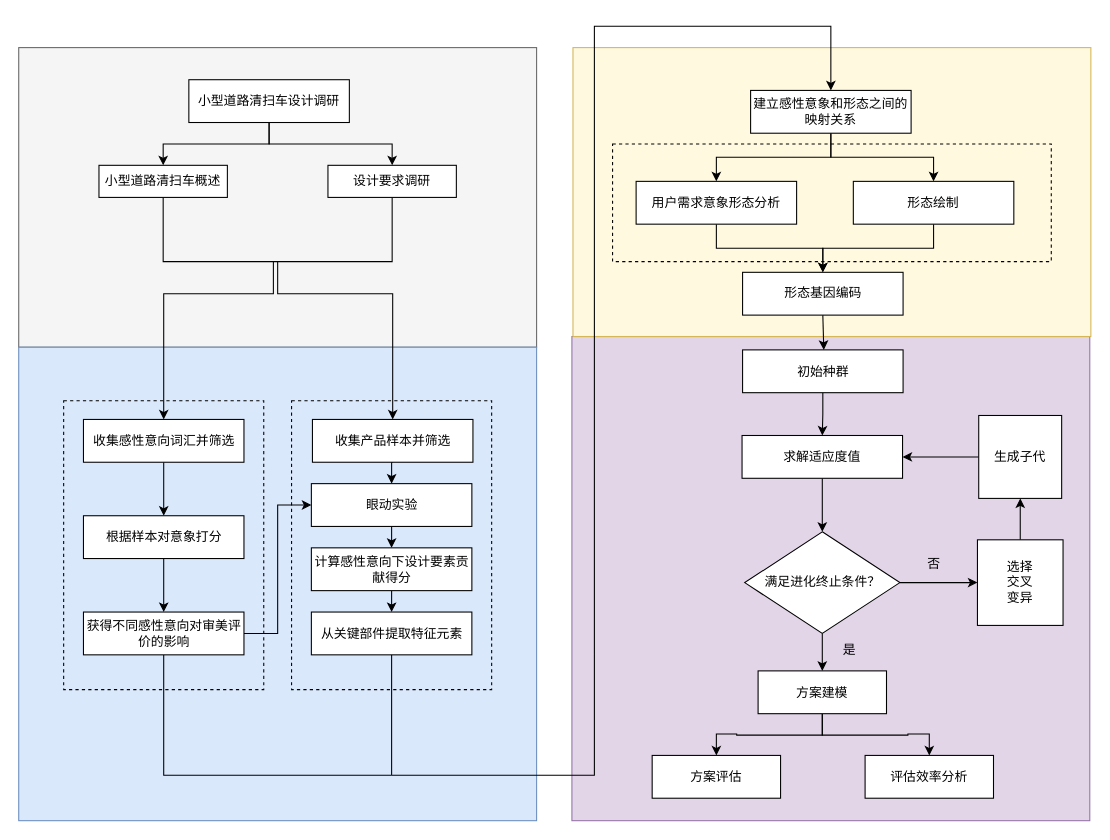
df3dysn/Yang- keeps this draw.io diagram as 毕业设计.drawio. Above is the earlier version. Source tidied: cells renumbered, new cells numbered last; positions are measured from the earlier drawing's top-left corner, leaving out a move shared by most shapes. Both pictures are drawn from the tidied source at 107%, with x=0, y=0 at pixel (18, 26).
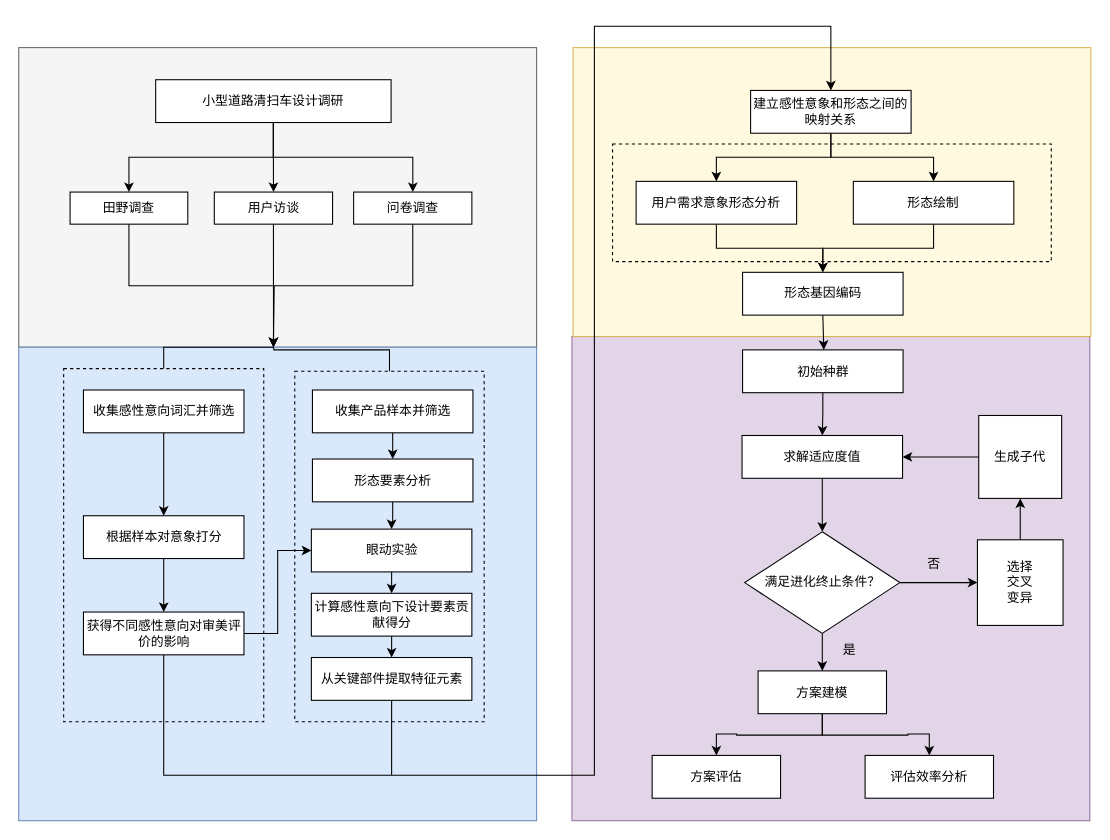
After the change.

What changed in the source:
```diff
@@
-    <mxCell id="7" style="edgeStyle=orthogonalEdgeStyle;rounded=0;jettySize=auto;html=1;exitX=0.5;exitY=0;exitDx=0;exitDy=0;endArrow=none;endFill=0;startArrow=classic;startFill=1;" parent="1" edge="1" source="8">
-      <mxGeometry relative="1" as="geometry">
-        <mxPoint x="238" y="220" as="targetPoint" />
-        <Array as="points">
-          <mxPoint x="135" y="250" />
-          <mxPoint x="238" y="250" />
-        </Array>
-      </mxGeometry>
-    </mxCell>
     <mxCell id="8" value="收集感性意向词汇并筛选" style="rounded=0;whiteSpace=wrap;html=1;" parent="1" vertex="1">
-      <mxGeometry x="60.5" y="367.5" width="150" height="40" as="geometry" />
+      <mxGeometry x="60.5" y="340" width="150" height="40" as="geometry" />
     </mxCell>
-    <mxCell id="9" style="edgeStyle=orthogonalEdgeStyle;rounded=0;jettySize=auto;html=1;exitX=0.5;exitY=0;exitDx=0;exitDy=0;endArrow=none;endFill=0;startArrow=classic;startFill=1;" parent="1" edge="1" source="11">
-      <mxGeometry relative="1" as="geometry">
-        <mxPoint x="242" y="220" as="targetPoint" />
-        <Array as="points">
-          <mxPoint x="349" y="250" />
-          <mxPoint x="242" y="250" />
-        </Array>
-      </mxGeometry>
-    </mxCell>
-    <mxCell id="10" style="edgeStyle=orthogonalEdgeStyle;rounded=0;jettySize=auto;html=1;exitX=0.5;exitY=1;exitDx=0;exitDy=0;entryX=0.5;entryY=0;entryDx=0;entryDy=0;" parent="1" edge="1" source="11" target="18">
-      <mxGeometry relative="1" as="geometry" />
-    </mxCell>
+    <mxCell id="59" style="edgeStyle=orthogonalEdgeStyle;rounded=0;jettySize=auto;html=1;entryX=0.5;entryY=0;entryDx=0;entryDy=0;" parent="1" edge="1" source="11" target="68">
+      <mxGeometry relative="1" as="geometry" />
+    </mxCell>
     <mxCell id="11" value="收集产品样本并筛选" style="rounded=0;whiteSpace=wrap;html=1;" parent="1" vertex="1">
-      <mxGeometry x="274.5" y="367.5" width="150" height="40" as="geometry" />
+      <mxGeometry x="274.5" y="340" width="150" height="40" as="geometry" />
     </mxCell>
@@
     <mxCell id="18" value="眼动实验" style="rounded=0;whiteSpace=wrap;html=1;" parent="1" vertex="1">
-      <mxGeometry x="273.5" y="427.5" width="150" height="40" as="geometry" />
+      <mxGeometry x="273.5" y="470" width="150" height="40" as="geometry" />
     </mxCell>
@@
     <mxCell id="22" value="计算感性意向下设计要素贡献得分" style="rounded=0;whiteSpace=wrap;html=1;" parent="1" vertex="1">
-      <mxGeometry x="273.5" y="487.5" width="150" height="40" as="geometry" />
+      <mxGeometry x="273.5" y="530" width="150" height="40" as="geometry" />
     </mxCell>
@@
     <mxCell id="26" value="从关键部件提取特征元素" style="rounded=0;whiteSpace=wrap;html=1;" parent="1" vertex="1">
-      <mxGeometry x="273.5" y="547.5" width="150" height="40" as="geometry" />
+      <mxGeometry x="273.5" y="590" width="150" height="40" as="geometry" />
     </mxCell>
@@
+    <mxCell id="60" style="edgeStyle=orthogonalEdgeStyle;rounded=0;jettySize=auto;html=1;exitX=0.5;exitY=1;exitDx=0;exitDy=0;" parent="1" edge="1" source="42" target="66">
+      <mxGeometry relative="1" as="geometry" />
+    </mxCell>
     <mxCell id="42" value="小型道路清扫车设计调研" style="rounded=0;whiteSpace=wrap;html=1;" parent="1" vertex="1">
-      <mxGeometry x="159" y="50" width="150" height="40" as="geometry" />
+      <mxGeometry x="128" y="50" width="220" height="40" as="geometry" />
     </mxCell>
@@
+    <mxCell id="61" style="edgeStyle=orthogonalEdgeStyle;rounded=0;jettySize=auto;html=1;exitX=0.5;exitY=1;exitDx=0;exitDy=0;" parent="1" edge="1" source="44">
+      <mxGeometry relative="1" as="geometry">
+        <mxPoint x="238" y="300" as="targetPoint" />
+      </mxGeometry>
+    </mxCell>
-    <mxCell id="44" value="小型道路清扫车概述" style="rounded=0;whiteSpace=wrap;html=1;" parent="1" vertex="1">
-      <mxGeometry x="75" y="130" width="120" height="30" as="geometry" />
+    <mxCell id="44" value="田野调查" style="rounded=0;whiteSpace=wrap;html=1;" parent="1" vertex="1">
+      <mxGeometry x="48" y="155" width="110" height="30" as="geometry" />
     </mxCell>
-    <mxCell id="45" style="edgeStyle=orthogonalEdgeStyle;rounded=0;jettySize=auto;html=1;endArrow=none;endFill=0;" parent="1" edge="1" source="46" target="44">
-      <mxGeometry relative="1" as="geometry">
-        <Array as="points">
-          <mxPoint x="349" y="220" />
-          <mxPoint x="135" y="220" />
-        </Array>
-      </mxGeometry>
-    </mxCell>
+    <mxCell id="62" style="edgeStyle=orthogonalEdgeStyle;rounded=0;jettySize=auto;html=1;exitX=0.5;exitY=1;exitDx=0;exitDy=0;" parent="1" edge="1" source="46">
+      <mxGeometry relative="1" as="geometry">
+        <mxPoint x="238.2" y="300" as="targetPoint" />
+        <Array as="points">
+          <mxPoint x="238" y="280" />
+          <mxPoint x="238" y="280" />
+        </Array>
+      </mxGeometry>
+    </mxCell>
-    <mxCell id="46" value="设计要求调研" style="rounded=0;whiteSpace=wrap;html=1;" parent="1" vertex="1">
-      <mxGeometry x="289" y="130" width="120" height="30" as="geometry" />
+    <mxCell id="46" value="用户访谈" style="rounded=0;whiteSpace=wrap;html=1;" parent="1" vertex="1">
+      <mxGeometry x="182.8" y="155" width="110.5" height="30" as="geometry" />
     </mxCell>
@@
+    <mxCell id="63" style="edgeStyle=orthogonalEdgeStyle;rounded=0;jettySize=auto;html=1;exitX=0.5;exitY=0;exitDx=0;exitDy=0;endArrow=none;endFill=0;" parent="1" edge="1" source="50">
+      <mxGeometry relative="1" as="geometry">
+        <mxPoint x="238" y="300" as="targetPoint" />
+      </mxGeometry>
+    </mxCell>
     <mxCell id="50" style="rounded=0;whiteSpace=wrap;html=1;fillColor=none;dashed=1;" parent="1" vertex="1">
-      <mxGeometry x="42" y="350" width="187" height="270" as="geometry" />
+      <mxGeometry x="42" y="320" width="187" height="330" as="geometry" />
     </mxCell>
+    <mxCell id="64" style="edgeStyle=orthogonalEdgeStyle;rounded=0;jettySize=auto;html=1;exitX=0.5;exitY=0;exitDx=0;exitDy=0;endArrow=none;endFill=0;" parent="1" edge="1" source="51">
+      <mxGeometry relative="1" as="geometry">
+        <mxPoint x="238" y="300" as="targetPoint" />
+      </mxGeometry>
+    </mxCell>
     <mxCell id="51" style="rounded=0;whiteSpace=wrap;html=1;fillColor=none;dashed=1;" parent="1" vertex="1">
-      <mxGeometry x="255" y="350" width="187" height="270" as="geometry" />
+      <mxGeometry x="258" y="322.5" width="177" height="327.5" as="geometry" />
     </mxCell>
@@
+    <mxCell id="65" style="edgeStyle=orthogonalEdgeStyle;rounded=0;jettySize=auto;html=1;exitX=0.5;exitY=1;exitDx=0;exitDy=0;" parent="1" edge="1" source="66">
+      <mxGeometry relative="1" as="geometry">
+        <mxPoint x="238" y="300" as="targetPoint" />
+      </mxGeometry>
+    </mxCell>
+    <mxCell id="66" value="问卷调查" style="rounded=0;whiteSpace=wrap;html=1;" parent="1" vertex="1">
+      <mxGeometry x="313" y="155" width="110.5" height="30" as="geometry" />
+    </mxCell>
+    <mxCell id="67" style="edgeStyle=orthogonalEdgeStyle;rounded=0;jettySize=auto;html=1;" parent="1" edge="1" source="68" target="18">
+      <mxGeometry relative="1" as="geometry" />
+    </mxCell>
+    <mxCell id="68" value="形态要素分析" style="rounded=0;whiteSpace=wrap;html=1;" parent="1" vertex="1">
+      <mxGeometry x="274.5" y="404.5" width="150" height="40" as="geometry" />
+    </mxCell>
```
